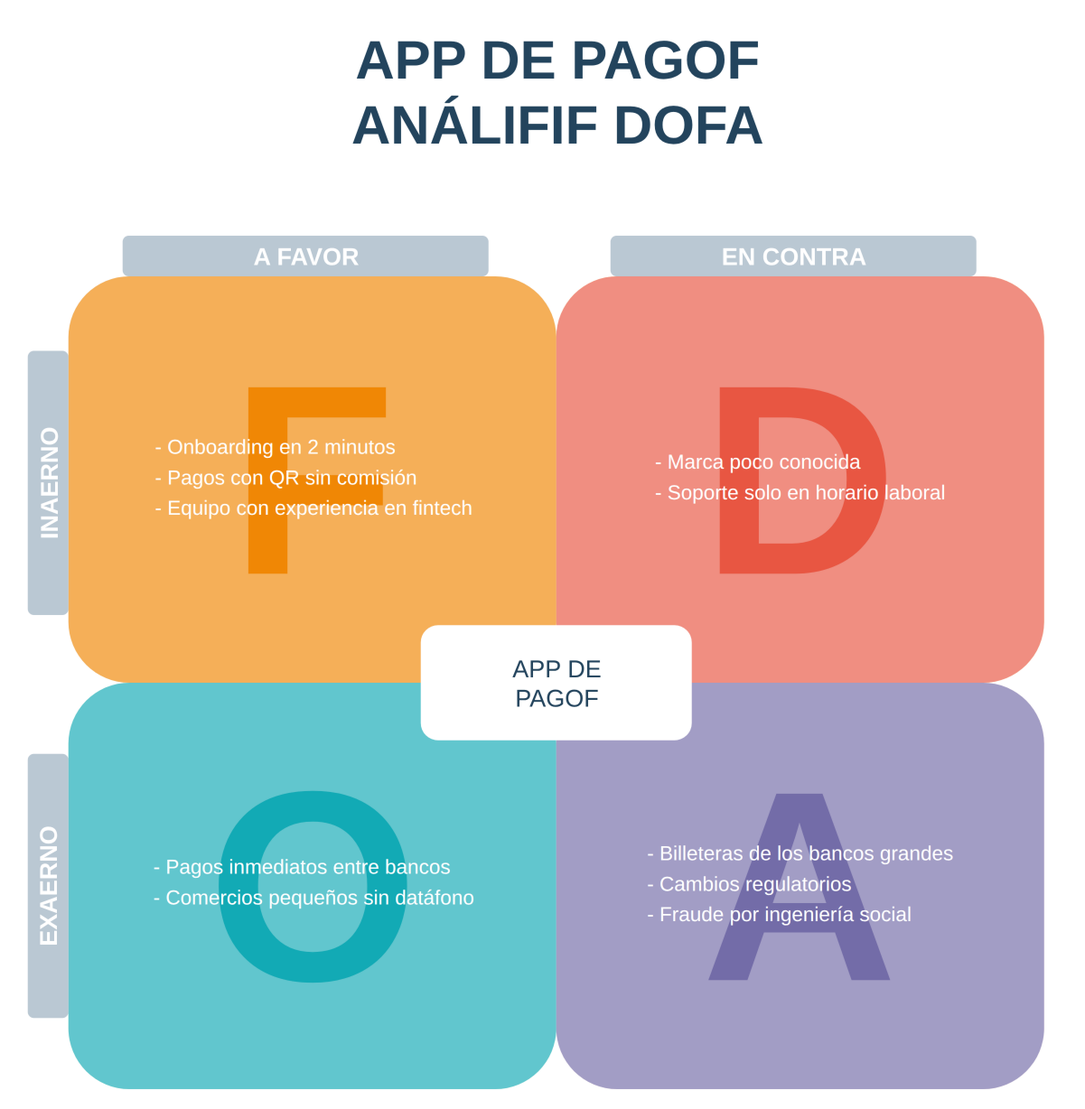
Above: docs/galeria/dofa-app-pagos.png in Leonsang/AdvanceDrawIO (draw.io), before the change. Source tidied: cells renumbered, new cells last; positions are measured from the earlier drawing's top-left corner, leaving out a move shared by most shapes. The source it was exported from:
```xml
<mxGraphModel>
  <root>
    <mxCell id="0" />
    <mxCell id="1" parent="0" />
    <mxCell id="2" style="whiteSpace=wrap;strokeColor=none;fillColor=#E6F7FF;html=1;" parent="1" vertex="1">
      <mxGeometry x="352.5" y="423" width="120" height="60" as="geometry" />
    </mxCell>
    <mxCell id="3" style="whiteSpace=wrap;strokeColor=none;fillColor=#FFE591;html=1;" parent="1" vertex="1">
      <mxGeometry x="472.5" y="423" width="120" height="60" as="geometry" />
    </mxCell>
    <mxCell id="4" style="whiteSpace=wrap;strokeColor=none;fillColor=#D9FFDB;html=1;" parent="1" vertex="1">
      <mxGeometry x="352.5" y="483" width="120" height="60" as="geometry" />
    </mxCell>
    <mxCell id="5" style="whiteSpace=wrap;strokeColor=none;fillColor=#FFE0E0;html=1;" parent="1" vertex="1">
      <mxGeometry x="472.5" y="483" width="120" height="60" as="geometry" />
    </mxCell>
    <mxCell id="6" style="rounded=1;whiteSpace=wrap;fillColor=#E6F7FF;strokeColor=none;fontSize=200;fontStyle=1;fontColor=#FFFFFF;html=1;" parent="1" vertex="1">
      <mxGeometry x="112.5" y="183" width="360" height="300" as="geometry" />
    </mxCell>
    <mxCell id="7" style="rounded=1;whiteSpace=wrap;fillColor=#FFE591;strokeColor=none;fontSize=200;fontStyle=1;fontColor=#FFFFFF;html=1;" parent="1" vertex="1">
      <mxGeometry x="472.5" y="183" width="360" height="300" as="geometry" />
    </mxCell>
    <mxCell id="8" style="rounded=1;whiteSpace=wrap;fillColor=#D9FFDB;strokeColor=none;fontSize=200;fontStyle=1;fontColor=#FFFFFF;html=1;" parent="1" vertex="1">
      <mxGeometry x="112.5" y="483" width="360" height="300" as="geometry" />
    </mxCell>
    <mxCell id="9" style="rounded=1;whiteSpace=wrap;fillColor=#FFE0E0;strokeColor=none;fontSize=200;fontStyle=1;fontColor=#FFFFFF;html=1;" parent="1" vertex="1">
      <mxGeometry x="472.5" y="483" width="360" height="300" as="geometry" />
    </mxCell>
    <mxCell id="10" value="- Onboarding en 2 minutos&#10;- Pagos con QR sin comisión&#10;- Equipo con experiencia en fintech" style="text;spacingTop=-5;html=1;" parent="1" vertex="1">
      <mxGeometry x="132.5" y="223" width="320" height="240" as="geometry" />
    </mxCell>
    <mxCell id="11" value="- Marca poco conocida&#10;- Soporte solo en horario laboral" style="text;spacingTop=-5;html=1;" parent="1" vertex="1">
      <mxGeometry x="492.5" y="223" width="320" height="242.5" as="geometry" />
    </mxCell>
    <mxCell id="12" value="- Pagos inmediatos entre bancos&#10;- Comercios pequeños sin datáfono" style="text;spacingTop=-5;html=1;" parent="1" vertex="1">
      <mxGeometry x="132.5" y="503" width="320" height="260" as="geometry" />
    </mxCell>
    <mxCell id="13" value="- Billeteras de los bancos grandes&#10;- Cambios regulatorios&#10;- Fraude por ingeniería social" style="text;spacingTop=-5;html=1;" parent="1" vertex="1">
      <mxGeometry x="492.5" y="503" width="320" height="260" as="geometry" />
    </mxCell>
    <mxCell id="14" style="shape=trapezoid;whiteSpace=wrap;rotation=180;strokeColor=none;size=0.10133333333333333;html=1;" parent="1" vertex="1">
      <mxGeometry x="162.5" y="183" width="250" height="20" as="geometry" />
    </mxCell>
    <mxCell id="15" value="FORAALEZAF" style="text;spacingTop=-5;align=center;fontStyle=1;fontColor=#ADB9BF;html=1;" parent="1" vertex="1">
      <mxGeometry x="162.5" y="183" width="250" height="20" as="geometry" />
    </mxCell>
    <mxCell id="16" style="shape=trapezoid;whiteSpace=wrap;rotation=180;strokeColor=none;size=0.10133333333333333;html=1;" parent="1" vertex="1">
      <mxGeometry x="527.5" y="183" width="250" height="20" as="geometry" />
    </mxCell>
    <mxCell id="17" value="DEBILIDADEF" style="text;spacingTop=-5;align=center;fontStyle=1;fontColor=#C9B573;html=1;" parent="1" vertex="1">
      <mxGeometry x="527.5" y="183" width="250" height="20" as="geometry" />
    </mxCell>
    <mxCell id="18" style="shape=trapezoid;whiteSpace=wrap;rotation=0;strokeColor=none;size=0.10133333333333333;html=1;" parent="1" vertex="1">
      <mxGeometry x="162.5" y="763" width="250" height="20" as="geometry" />
    </mxCell>
    <mxCell id="19" value="FORAALEZAF" style="text;spacingTop=-5;align=center;fontStyle=1;fontColor=#ABC9AD;html=1;" parent="1" vertex="1">
      <mxGeometry x="162.5" y="763" width="250" height="20" as="geometry" />
    </mxCell>
    <mxCell id="20" style="shape=trapezoid;whiteSpace=wrap;rotation=0;strokeColor=none;size=0.10133333333333333;html=1;" parent="1" vertex="1">
      <mxGeometry x="527.5" y="763" width="250" height="20" as="geometry" />
    </mxCell>
    <mxCell id="21" value="DEBILIDADEF" style="text;spacingTop=-5;align=center;fontStyle=1;fontColor=#C9B1B1;html=1;" parent="1" vertex="1">
      <mxGeometry x="527.5" y="763" width="250" height="20" as="geometry" />
    </mxCell>
    <mxCell id="22" value="&lt;font color=&quot;#f08705&quot;&gt;F&lt;/font&gt;" style="rounded=1;whiteSpace=wrap;fillColor=#f5af58;strokeColor=none;fontSize=200;fontStyle=1;fontColor=#FFFFFF;html=1;" parent="1" vertex="1">
      <mxGeometry x="112.5" y="183" width="360" height="300" as="geometry" />
    </mxCell>
    <mxCell id="23" value="&lt;font color=&quot;#e85642&quot;&gt;D&lt;/font&gt;" style="rounded=1;whiteSpace=wrap;fillColor=#f08e81;strokeColor=none;fontSize=200;fontStyle=1;fontColor=#FFFFFF;html=1;" parent="1" vertex="1">
      <mxGeometry x="472.5" y="183" width="360" height="300" as="geometry" />
    </mxCell>
    <mxCell id="24" value="&lt;font color=&quot;#12aab5&quot;&gt;O&lt;/font&gt;" style="rounded=1;whiteSpace=wrap;fillColor=#61c6ce;strokeColor=none;fontSize=200;fontStyle=1;fontColor=#FFFFFF;html=1;" parent="1" vertex="1">
      <mxGeometry x="112.5" y="483" width="360" height="300" as="geometry" />
    </mxCell>
    <mxCell id="25" value="&lt;font color=&quot;#736ca8&quot;&gt;A&lt;/font&gt;" style="rounded=1;whiteSpace=wrap;fillColor=#A29DC5;strokeColor=none;fontSize=200;fontStyle=1;fontColor=#FFFFFF;html=1;" parent="1" vertex="1">
      <mxGeometry x="472.5" y="483" width="360" height="300" as="geometry" />
    </mxCell>
    <mxCell id="26" value="A FAVOR" style="rounded=1;whiteSpace=wrap;fillColor=#bac8d3;strokeColor=none;fontStyle=1;fontSize=18;fontColor=#FFFFFF;html=1;" parent="1" vertex="1">
      <mxGeometry x="152.5" y="153" width="270" height="30" as="geometry" />
    </mxCell>
    <mxCell id="27" value="EN CONTRA" style="rounded=1;whiteSpace=wrap;fillColor=#bac8d3;strokeColor=none;fontStyle=1;fontSize=18;fontColor=#FFFFFF;html=1;" parent="1" vertex="1">
      <mxGeometry x="512.5" y="153" width="270" height="30" as="geometry" />
    </mxCell>
    <mxCell id="28" value="INAERNO" style="rounded=1;whiteSpace=wrap;rotation=-90;fillColor=#bac8d3;strokeColor=none;fontStyle=1;fontSize=18;fontColor=#FFFFFF;html=1;" parent="1" vertex="1">
      <mxGeometry y="320.5" width="195" height="30" as="geometry" />
    </mxCell>
    <mxCell id="29" value="EXAERNO" style="rounded=1;whiteSpace=wrap;rotation=-90;fillColor=#bac8d3;strokeColor=none;fontStyle=1;fontSize=18;fontColor=#FFFFFF;html=1;" parent="1" vertex="1">
      <mxGeometry y="618" width="195" height="30" as="geometry" />
    </mxCell>
    <mxCell id="30" value="&lt;font color=&quot;#23445d&quot; style=&quot;font-size: 18px ; font-weight: normal&quot;&gt;APP DE&lt;br&gt;PAGOF&lt;br&gt;&lt;/font&gt;" style="rounded=1;whiteSpace=wrap;fillColor=#FFFFFF;strokeColor=none;fontStyle=1;fontSize=18;fontColor=#FFFFFF;html=1;" parent="1" vertex="1">
      <mxGeometry x="372.5" y="440.5" width="200" height="85" as="geometry" />
    </mxCell>
    <mxCell id="31" value="&lt;font color=&quot;#23445d&quot;&gt;&lt;font&gt;&lt;span style=&quot;font-size: 40px&quot;&gt;APP DE PAGOF&lt;br&gt;ANÁLIFIF DOFA&lt;br&gt;&lt;/span&gt;&lt;/font&gt;&lt;font style=&quot;font-size: 25px ; font-weight: normal&quot;&gt;&lt;/font&gt;&lt;/font&gt;" style="text;spacingTop=-5;align=center;verticalAlign=middle;fontSize=18;fontStyle=1;html=1;" parent="1" vertex="1">
      <mxGeometry x="97.5" y="0.5" width="750" height="98" as="geometry" />
    </mxCell>
    <mxCell id="32" value="&lt;div style=&quot;line-height: 150%&quot;&gt;&lt;div style=&quot;text-align: left&quot;&gt;&lt;span&gt;- Billeteras de los bancos grandes&lt;br&gt;- Cambios regulatorios&lt;br&gt;- Fraude por ingeniería social&lt;/span&gt;&lt;/div&gt;&lt;div style=&quot;text-align: left&quot;&gt;&lt;span&gt;&lt;/span&gt;&lt;span&gt;&lt;/span&gt;&lt;/div&gt;&lt;div style=&quot;text-align: left&quot;&gt;&lt;span&gt;&lt;/span&gt;&lt;span&gt;&lt;/span&gt;&lt;/div&gt;&lt;div style=&quot;text-align: left&quot;&gt;&lt;span&gt;&lt;/span&gt;&lt;span&gt;&lt;/span&gt;&lt;/div&gt;&lt;div style=&quot;text-align: left&quot;&gt;&lt;span&gt;&lt;/span&gt;&lt;span&gt;&lt;/span&gt;&lt;/div&gt;&lt;div style=&quot;text-align: left&quot;&gt;&lt;span&gt;&lt;/span&gt;&lt;span&gt;&lt;/span&gt;&lt;/div&gt;&lt;div style=&quot;text-align: left&quot;&gt;&lt;span&gt;&lt;/span&gt;&lt;span&gt;&lt;/span&gt;&lt;/div&gt;&lt;div style=&quot;text-align: left&quot;&gt;&lt;span&gt;&lt;/span&gt;&lt;span&gt;&lt;/span&gt;&lt;/div&gt;&lt;div style=&quot;text-align: left&quot;&gt;&lt;span&gt;&lt;/span&gt;&lt;span&gt;&lt;/span&gt;&lt;/div&gt;&lt;div style=&quot;text-align: left&quot;&gt;&lt;span&gt;&lt;/span&gt;&lt;span&gt;&lt;/span&gt;&lt;/div&gt;&lt;/div&gt;" style="text;spacingTop=-5;verticalAlign=middle;align=center;rotation=0;fontStyle=0;fontSize=15;html=1;fontColor=#FFFFFF;" parent="1" vertex="1">
      <mxGeometry x="522.5" y="503" width="260" height="260" as="geometry" />
    </mxCell>
    <mxCell id="33" value="&lt;div style=&quot;line-height: 150%&quot;&gt;&lt;div style=&quot;text-align: left&quot;&gt;&lt;span&gt;- Pagos inmediatos entre bancos&lt;br&gt;- Comercios pequeños sin datáfono&lt;/span&gt;&lt;/div&gt;&lt;div style=&quot;text-align: left&quot;&gt;&lt;span&gt;&lt;/span&gt;&lt;/div&gt;&lt;div style=&quot;text-align: left&quot;&gt;&lt;span&gt;&lt;/span&gt;&lt;/div&gt;&lt;div style=&quot;text-align: left&quot;&gt;&lt;span&gt;&lt;/span&gt;&lt;/div&gt;&lt;div style=&quot;text-align: left&quot;&gt;&lt;span&gt;&lt;/span&gt;&lt;/div&gt;&lt;div style=&quot;text-align: left&quot;&gt;&lt;span&gt;&lt;/span&gt;&lt;/div&gt;&lt;div style=&quot;text-align: left&quot;&gt;&lt;span&gt;&lt;/span&gt;&lt;/div&gt;&lt;div style=&quot;text-align: left&quot;&gt;&lt;span&gt;&lt;/span&gt;&lt;/div&gt;&lt;div style=&quot;text-align: left&quot;&gt;&lt;span&gt;&lt;/span&gt;&lt;/div&gt;&lt;div style=&quot;text-align: left&quot;&gt;&lt;span&gt;&lt;/span&gt;&lt;/div&gt;&lt;/div&gt;" style="text;spacingTop=-5;verticalAlign=middle;align=center;rotation=0;fontStyle=0;fontSize=15;html=1;fontColor=#FFFFFF;" parent="1" vertex="1">
      <mxGeometry x="162.5" y="503" width="260" height="260" as="geometry" />
    </mxCell>
    <mxCell id="34" value="&lt;div style=&quot;line-height: 150%&quot;&gt;&lt;div style=&quot;text-align: left&quot;&gt;&lt;span&gt;- Marca poco conocida&lt;br&gt;- Soporte solo en horario laboral&lt;/span&gt;&lt;/div&gt;&lt;div style=&quot;text-align: left&quot;&gt;&lt;span&gt;&lt;/span&gt;&lt;span&gt;&lt;/span&gt;&lt;/div&gt;&lt;div style=&quot;text-align: left&quot;&gt;&lt;span&gt;&lt;/span&gt;&lt;span&gt;&lt;/span&gt;&lt;/div&gt;&lt;div style=&quot;text-align: left&quot;&gt;&lt;span&gt;&lt;/span&gt;&lt;span&gt;&lt;/span&gt;&lt;/div&gt;&lt;div style=&quot;text-align: left&quot;&gt;&lt;span&gt;&lt;/span&gt;&lt;span&gt;&lt;/span&gt;&lt;/div&gt;&lt;div style=&quot;text-align: left&quot;&gt;&lt;span&gt;&lt;/span&gt;&lt;span&gt;&lt;/span&gt;&lt;/div&gt;&lt;div style=&quot;text-align: left&quot;&gt;&lt;span&gt;&lt;/span&gt;&lt;span&gt;&lt;/span&gt;&lt;/div&gt;&lt;div style=&quot;text-align: left&quot;&gt;&lt;span&gt;&lt;/span&gt;&lt;span&gt;&lt;/span&gt;&lt;/div&gt;&lt;div style=&quot;text-align: left&quot;&gt;&lt;span&gt;&lt;/span&gt;&lt;span&gt;&lt;/span&gt;&lt;/div&gt;&lt;div style=&quot;text-align: left&quot;&gt;&lt;span&gt;&lt;/span&gt;&lt;span&gt;&lt;/span&gt;&lt;/div&gt;&lt;/div&gt;" style="text;spacingTop=-5;verticalAlign=middle;align=center;rotation=0;fontStyle=0;fontSize=15;html=1;fontColor=#FFFFFF;" parent="1" vertex="1">
      <mxGeometry x="522.5" y="203" width="260" height="260" as="geometry" />
    </mxCell>
    <mxCell id="35" value="&lt;div style=&quot;line-height: 150%&quot;&gt;&lt;div style=&quot;text-align: left&quot;&gt;&lt;span&gt;- Onboarding en 2 minutos&lt;br&gt;- Pagos con QR sin comisión&lt;br&gt;- Equipo con experiencia en fintech&lt;/span&gt;&lt;/div&gt;&lt;div style=&quot;text-align: left&quot;&gt;&lt;span&gt;&lt;/span&gt;&lt;span&gt;&lt;/span&gt;&lt;/div&gt;&lt;div style=&quot;text-align: left&quot;&gt;&lt;span&gt;&lt;/span&gt;&lt;span&gt;&lt;/span&gt;&lt;/div&gt;&lt;div style=&quot;text-align: left&quot;&gt;&lt;span&gt;&lt;/span&gt;&lt;span&gt;&lt;/span&gt;&lt;/div&gt;&lt;div style=&quot;text-align: left&quot;&gt;&lt;span&gt;&lt;/span&gt;&lt;span&gt;&lt;/span&gt;&lt;/div&gt;&lt;div style=&quot;text-align: left&quot;&gt;&lt;span&gt;&lt;/span&gt;&lt;span&gt;&lt;/span&gt;&lt;/div&gt;&lt;div style=&quot;text-align: left&quot;&gt;&lt;span&gt;&lt;/span&gt;&lt;span&gt;&lt;/span&gt;&lt;/div&gt;&lt;div style=&quot;text-align: left&quot;&gt;&lt;span&gt;&lt;/span&gt;&lt;span&gt;&lt;/span&gt;&lt;/div&gt;&lt;div style=&quot;text-align: left&quot;&gt;&lt;span&gt;&lt;/span&gt;&lt;span&gt;&lt;/span&gt;&lt;/div&gt;&lt;div style=&quot;text-align: left&quot;&gt;&lt;span&gt;&lt;/span&gt;&lt;span&gt;&lt;/span&gt;&lt;/div&gt;&lt;/div&gt;" style="text;spacingTop=-5;verticalAlign=middle;align=center;rotation=0;fontStyle=0;fontSize=15;html=1;fontColor=#FFFFFF;" parent="1" vertex="1">
      <mxGeometry x="162.5" y="203" width="260" height="260" as="geometry" />
    </mxCell>
  </root>
</mxGraphModel>
```
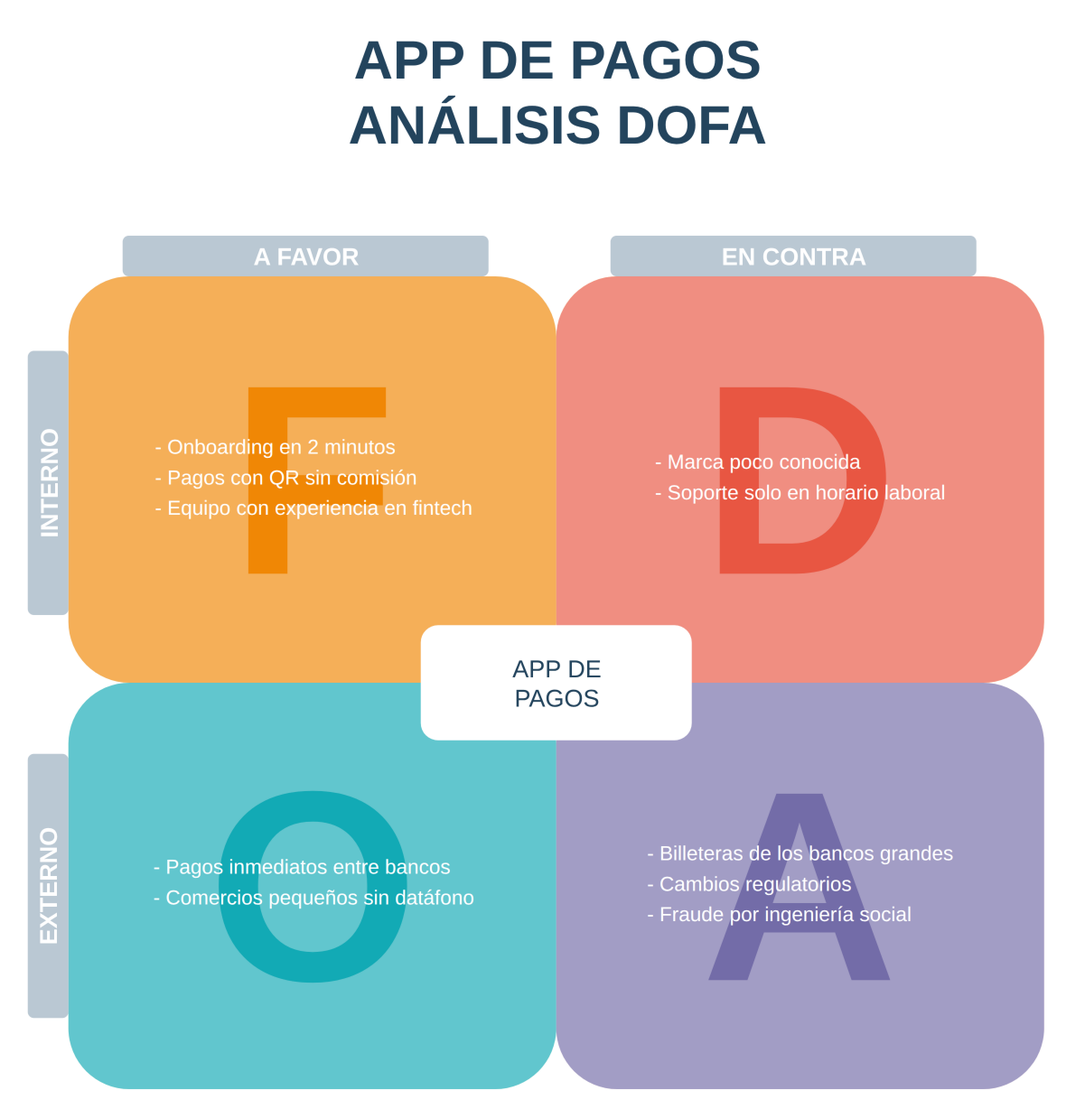
The same file after the commit.

What changed in the source:
```diff
@@ -41,25 +41,25 @@
     <mxCell id="14" style="shape=trapezoid;whiteSpace=wrap;rotation=180;strokeColor=none;size=0.10133333333333333;html=1;" parent="1" vertex="1">
       <mxGeometry x="162.5" y="183" width="250" height="20" as="geometry" />
     </mxCell>
-    <mxCell id="15" value="FORAALEZAF" style="text;spacingTop=-5;align=center;fontStyle=1;fontColor=#ADB9BF;html=1;" parent="1" vertex="1">
+    <mxCell id="15" value="FORTALEZAS" style="text;spacingTop=-5;align=center;fontStyle=1;fontColor=#ADB9BF;html=1;" parent="1" vertex="1">
       <mxGeometry x="162.5" y="183" width="250" height="20" as="geometry" />
     </mxCell>
     <mxCell id="16" style="shape=trapezoid;whiteSpace=wrap;rotation=180;strokeColor=none;size=0.10133333333333333;html=1;" parent="1" vertex="1">
       <mxGeometry x="527.5" y="183" width="250" height="20" as="geometry" />
     </mxCell>
-    <mxCell id="17" value="DEBILIDADEF" style="text;spacingTop=-5;align=center;fontStyle=1;fontColor=#C9B573;html=1;" parent="1" vertex="1">
+    <mxCell id="17" value="DEBILIDADES" style="text;spacingTop=-5;align=center;fontStyle=1;fontColor=#C9B573;html=1;" parent="1" vertex="1">
       <mxGeometry x="527.5" y="183" width="250" height="20" as="geometry" />
     </mxCell>
     <mxCell id="18" style="shape=trapezoid;whiteSpace=wrap;rotation=0;strokeColor=none;size=0.10133333333333333;html=1;" parent="1" vertex="1">
       <mxGeometry x="162.5" y="763" width="250" height="20" as="geometry" />
     </mxCell>
-    <mxCell id="19" value="FORAALEZAF" style="text;spacingTop=-5;align=center;fontStyle=1;fontColor=#ABC9AD;html=1;" parent="1" vertex="1">
+    <mxCell id="19" value="FORTALEZAS" style="text;spacingTop=-5;align=center;fontStyle=1;fontColor=#ABC9AD;html=1;" parent="1" vertex="1">
       <mxGeometry x="162.5" y="763" width="250" height="20" as="geometry" />
     </mxCell>
     <mxCell id="20" style="shape=trapezoid;whiteSpace=wrap;rotation=0;strokeColor=none;size=0.10133333333333333;html=1;" parent="1" vertex="1">
       <mxGeometry x="527.5" y="763" width="250" height="20" as="geometry" />
     </mxCell>
-    <mxCell id="21" value="DEBILIDADEF" style="text;spacingTop=-5;align=center;fontStyle=1;fontColor=#C9B1B1;html=1;" parent="1" vertex="1">
+    <mxCell id="21" value="DEBILIDADES" style="text;spacingTop=-5;align=center;fontStyle=1;fontColor=#C9B1B1;html=1;" parent="1" vertex="1">
       <mxGeometry x="527.5" y="763" width="250" height="20" as="geometry" />
     </mxCell>
     <mxCell id="22" value="&lt;font color=&quot;#f08705&quot;&gt;F&lt;/font&gt;" style="rounded=1;whiteSpace=wrap;fillColor=#f5af58;strokeColor=none;fontSize=200;fontStyle=1;fontColor=#FFFFFF;html=1;" parent="1" vertex="1">
@@ -80,16 +80,16 @@
     <mxCell id="27" value="EN CONTRA" style="rounded=1;whiteSpace=wrap;fillColor=#bac8d3;strokeColor=none;fontStyle=1;fontSize=18;fontColor=#FFFFFF;html=1;" parent="1" vertex="1">
       <mxGeometry x="512.5" y="153" width="270" height="30" as="geometry" />
     </mxCell>
-    <mxCell id="28" value="INAERNO" style="rounded=1;whiteSpace=wrap;rotation=-90;fillColor=#bac8d3;strokeColor=none;fontStyle=1;fontSize=18;fontColor=#FFFFFF;html=1;" parent="1" vertex="1">
+    <mxCell id="28" value="INTERNO" style="rounded=1;whiteSpace=wrap;rotation=-90;fillColor=#bac8d3;strokeColor=none;fontStyle=1;fontSize=18;fontColor=#FFFFFF;html=1;" parent="1" vertex="1">
       <mxGeometry y="320.5" width="195" height="30" as="geometry" />
     </mxCell>
-    <mxCell id="29" value="EXAERNO" style="rounded=1;whiteSpace=wrap;rotation=-90;fillColor=#bac8d3;strokeColor=none;fontStyle=1;fontSize=18;fontColor=#FFFFFF;html=1;" parent="1" vertex="1">
+    <mxCell id="29" value="EXTERNO" style="rounded=1;whiteSpace=wrap;rotation=-90;fillColor=#bac8d3;strokeColor=none;fontStyle=1;fontSize=18;fontColor=#FFFFFF;html=1;" parent="1" vertex="1">
       <mxGeometry y="618" width="195" height="30" as="geometry" />
     </mxCell>
-    <mxCell id="30" value="&lt;font color=&quot;#23445d&quot; style=&quot;font-size: 18px ; font-weight: normal&quot;&gt;APP DE&lt;br&gt;PAGOF&lt;br&gt;&lt;/font&gt;" style="rounded=1;whiteSpace=wrap;fillColor=#FFFFFF;strokeColor=none;fontStyle=1;fontSize=18;fontColor=#FFFFFF;html=1;" parent="1" vertex="1">
+    <mxCell id="30" value="&lt;font color=&quot;#23445d&quot; style=&quot;font-size: 18px ; font-weight: normal&quot;&gt;APP DE&lt;br&gt;PAGOS&lt;br&gt;&lt;/font&gt;" style="rounded=1;whiteSpace=wrap;fillColor=#FFFFFF;strokeColor=none;fontStyle=1;fontSize=18;fontColor=#FFFFFF;html=1;" parent="1" vertex="1">
       <mxGeometry x="372.5" y="440.5" width="200" height="85" as="geometry" />
     </mxCell>
-    <mxCell id="31" value="&lt;font color=&quot;#23445d&quot;&gt;&lt;font&gt;&lt;span style=&quot;font-size: 40px&quot;&gt;APP DE PAGOF&lt;br&gt;ANÁLIFIF DOFA&lt;br&gt;&lt;/span&gt;&lt;/font&gt;&lt;font style=&quot;font-size: 25px ; font-weight: normal&quot;&gt;&lt;/font&gt;&lt;/font&gt;" style="text;spacingTop=-5;align=center;verticalAlign=middle;fontSize=18;fontStyle=1;html=1;" parent="1" vertex="1">
+    <mxCell id="31" value="&lt;font color=&quot;#23445d&quot;&gt;&lt;font&gt;&lt;span style=&quot;font-size: 40px&quot;&gt;APP DE PAGOS&lt;br&gt;ANÁLISIS DOFA&lt;br&gt;&lt;/span&gt;&lt;/font&gt;&lt;font style=&quot;font-size: 25px ; font-weight: normal&quot;&gt;&lt;/font&gt;&lt;/font&gt;" style="text;spacingTop=-5;align=center;verticalAlign=middle;fontSize=18;fontStyle=1;html=1;" parent="1" vertex="1">
       <mxGeometry x="97.5" y="0.5" width="750" height="98" as="geometry" />
     </mxCell>
     <mxCell id="32" value="&lt;div style=&quot;line-height: 150%&quot;&gt;&lt;div style=&quot;text-align: left&quot;&gt;&lt;span&gt;- Billeteras de los bancos grandes&lt;br&gt;- Cambios regulatorios&lt;br&gt;- Fraude por ingeniería social&lt;/span&gt;&lt;/div&gt;&lt;div style=&quot;text-align: left&quot;&gt;&lt;span&gt;&lt;/span&gt;&lt;span&gt;&lt;/span&gt;&lt;/div&gt;&lt;div style=&quot;text-align: left&quot;&gt;&lt;span&gt;&lt;/span&gt;&lt;span&gt;&lt;/span&gt;&lt;/div&gt;&lt;div style=&quot;text-align: left&quot;&gt;&lt;span&gt;&lt;/span&gt;&lt;span&gt;&lt;/span&gt;&lt;/div&gt;&lt;div style=&quot;text-align: left&quot;&gt;&lt;span&gt;&lt;/span&gt;&lt;span&gt;&lt;/span&gt;&lt;/div&gt;&lt;div style=&quot;text-align: left&quot;&gt;&lt;span&gt;&lt;/span&gt;&lt;span&gt;&lt;/span&gt;&lt;/div&gt;&lt;div style=&quot;text-align: left&quot;&gt;&lt;span&gt;&lt;/span&gt;&lt;span&gt;&lt;/span&gt;&lt;/div&gt;&lt;div style=&quot;text-align: left&quot;&gt;&lt;span&gt;&lt;/span&gt;&lt;span&gt;&lt;/span&gt;&lt;/div&gt;&lt;div style=&quot;text-align: left&quot;&gt;&lt;span&gt;&lt;/span&gt;&lt;span&gt;&lt;/span&gt;&lt;/div&gt;&lt;div style=&quot;text-align: left&quot;&gt;&lt;span&gt;&lt;/span&gt;&lt;span&gt;&lt;/span&gt;&lt;/div&gt;&lt;/div&gt;" style="text;spacingTop=-5;verticalAlign=middle;align=center;rotation=0;fontStyle=0;fontSize=15;html=1;fontColor=#FFFFFF;" parent="1" vertex="1">
```
